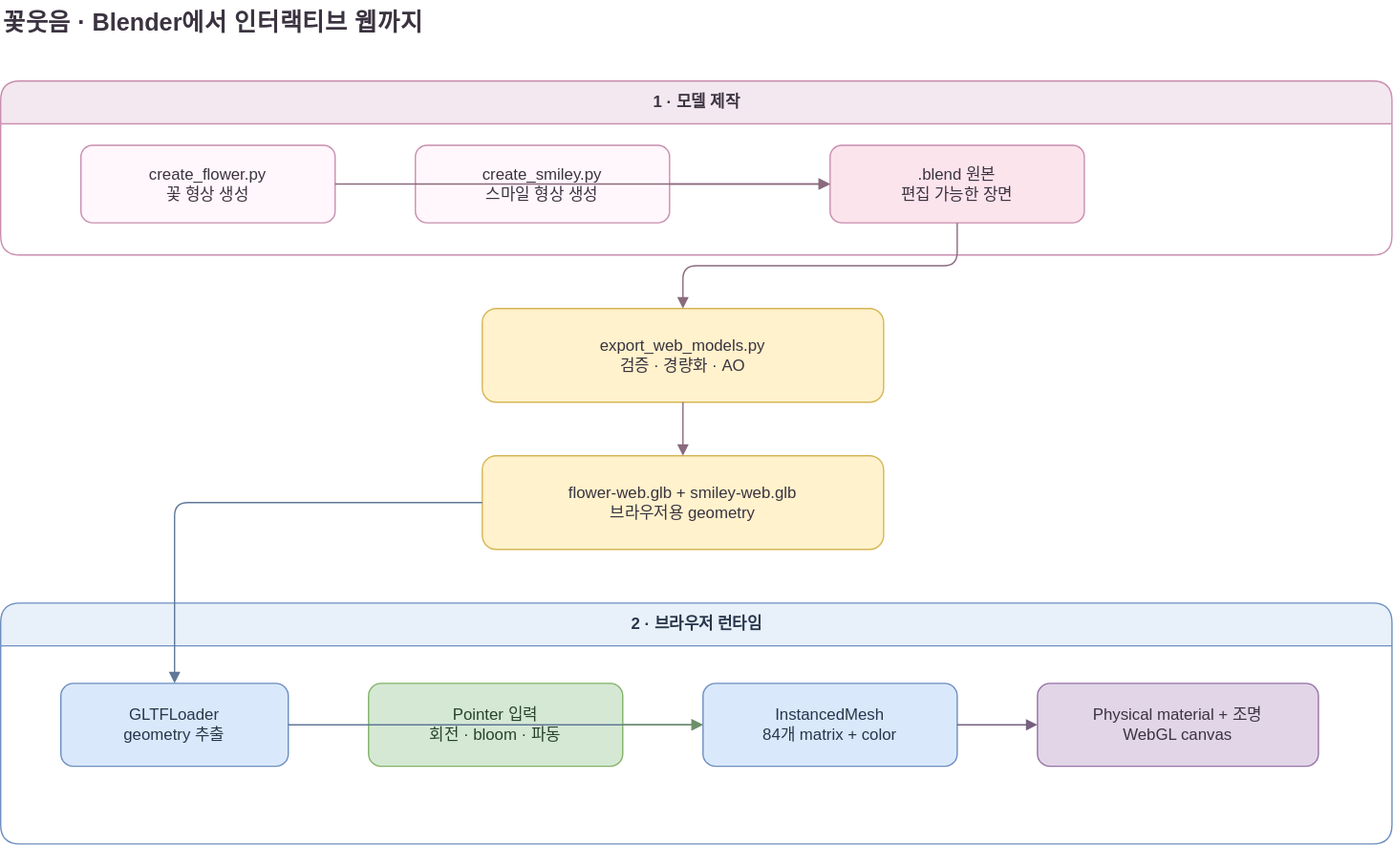
This is docs/assets/smile-flower-pipeline.svg from jiwon79/brand-artwork, a draw.io export, as it was before one commit. Source tidied: cells renumbered, new cells last; positions are measured from the earlier drawing's top-left corner, leaving out a move shared by most shapes.
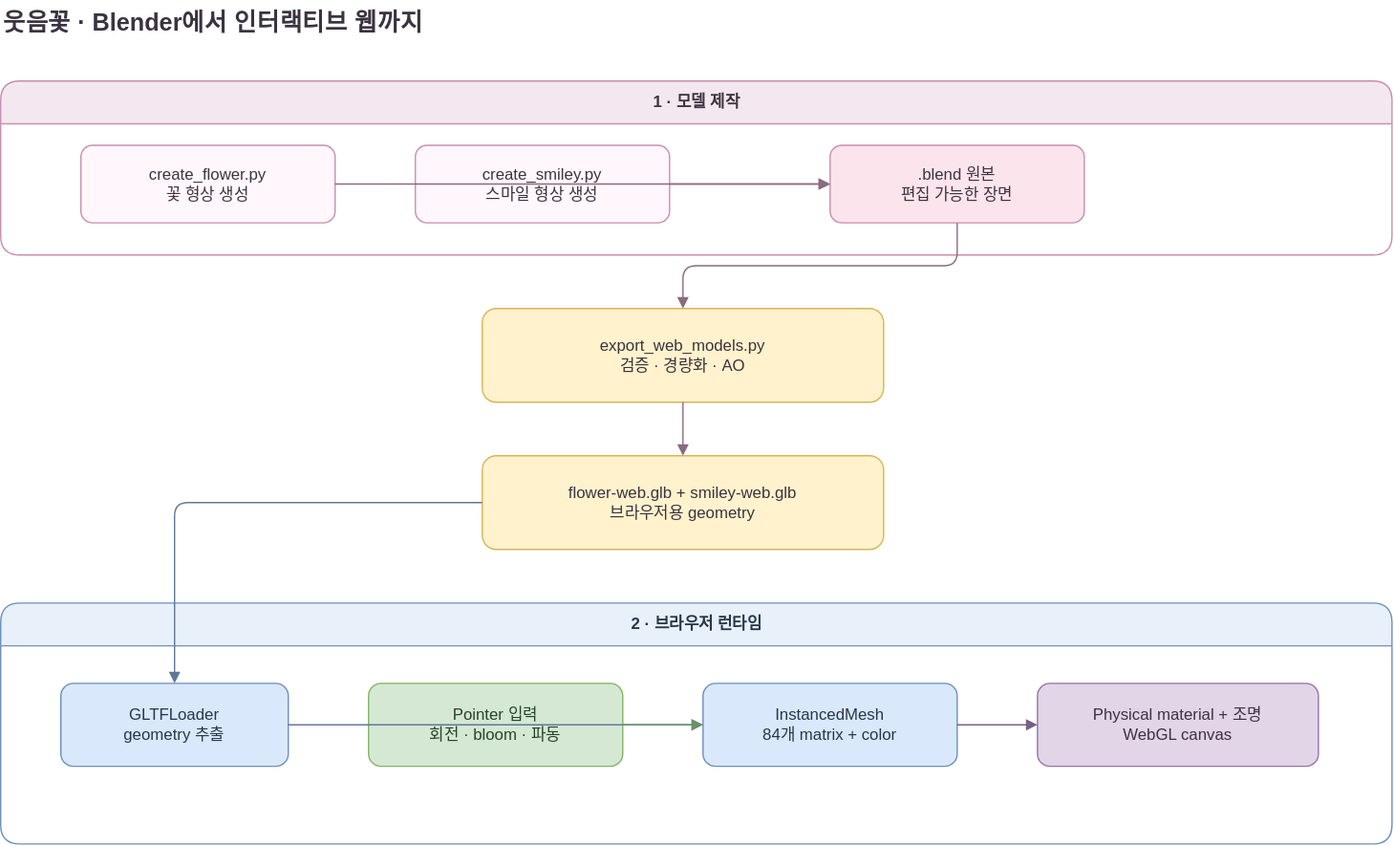
The same diagram one commit later.

Commit message:
chore(smile-flower): rename artwork to useum-kkot

Change to the diagram source:
```diff
@@ -2,7 +2,7 @@
   <root>
     <mxCell id="0" />
     <mxCell id="1" parent="0" />
-    <mxCell id="2" value="꽃웃음 · Blender에서 인터랙티브 웹까지" style="text;html=1;strokeColor=none;fillColor=none;fontSize=18;fontStyle=1;fontColor=#3b3340;align=left;" parent="1" vertex="1">
+    <mxCell id="2" value="웃음꽃 · Blender에서 인터랙티브 웹까지" style="text;html=1;strokeColor=none;fillColor=none;fontSize=18;fontStyle=1;fontColor=#3b3340;align=left;" parent="1" vertex="1">
       <mxGeometry width="760" height="40" as="geometry" />
     </mxCell>
     <mxCell id="3" value="1 · 모델 제작" style="swimlane;startSize=32;rounded=1;html=1;fillColor=#f4e8f0;strokeColor=#c98eaf;fontStyle=1;fontColor=#3b3340;" parent="1" vertex="1">
```
